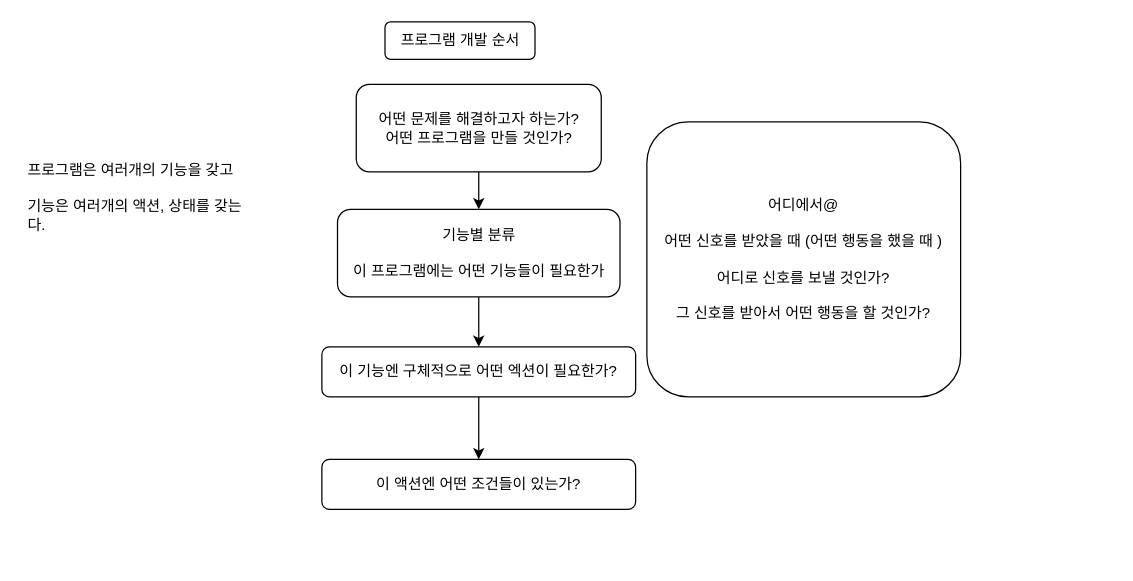
The draw.io diagram 다이어그램/@@@@프로그램 구현 순서.drawio in steelfs/JY, before the edit. Source tidied: cells renumbered, new cells numbered last; positions are measured from the earlier drawing's top-left corner, leaving out a move shared by most shapes. Both pictures are drawn from the tidied source at 125%, with x=0, y=0 at pixel (21, 21).
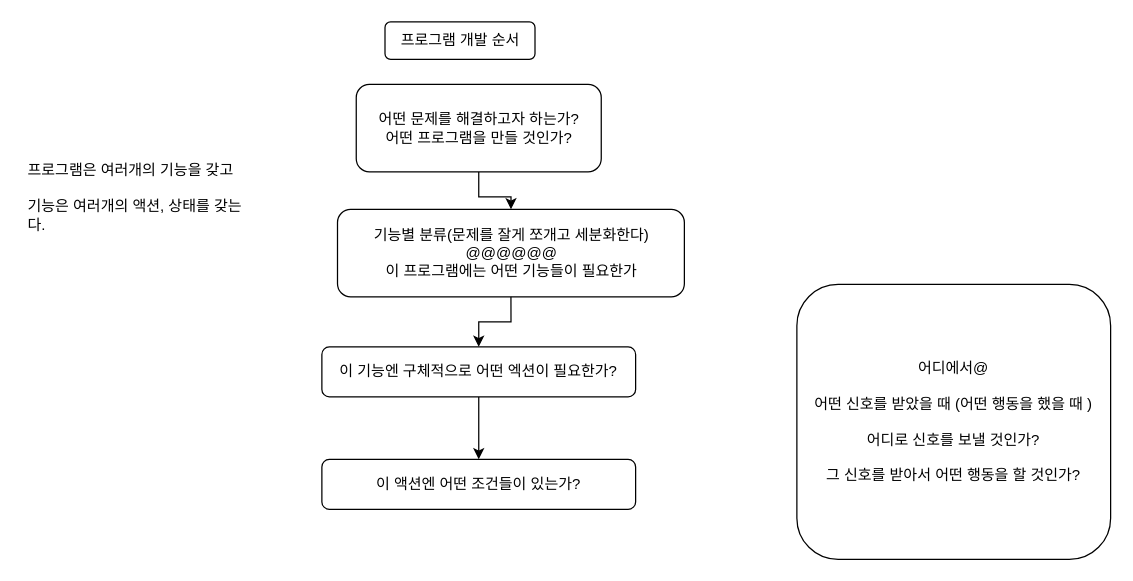
After the change.

Diff of the diagram source:
```diff
@@
 <mxGraphModel>
   <root>
     <mxCell id="0" />
     <mxCell id="1" parent="0" />
-    <mxCell id="2" value="기능별 분류&lt;br&gt;&lt;br&gt;이 프로그램에는 어떤 기능들이 필요한가" style="rounded=1;whiteSpace=wrap;html=1;" parent="1" vertex="1">
-      <mxGeometry x="252.5" y="150" width="226" height="70" as="geometry" />
+    <mxCell id="2" value="기능별 분류(문제를 잘게 쪼개고 세분화한다)&lt;br&gt;@@@@@@&lt;br&gt;이 프로그램에는 어떤 기능들이 필요한가" style="rounded=1;whiteSpace=wrap;html=1;" parent="1" vertex="1">
+      <mxGeometry x="252.5" y="150" width="277.5" height="70" as="geometry" />
     </mxCell>
     <mxCell id="3" value="프로그램 개발 순서" style="rounded=1;whiteSpace=wrap;html=1;" parent="1" vertex="1">
       <mxGeometry x="290.5" width="120" height="30" as="geometry" />
     </mxCell>
     <mxCell id="4" style="edgeStyle=orthogonalEdgeStyle;rounded=0;jettySize=auto;html=1;exitX=0.5;exitY=1;exitDx=0;exitDy=0;entryX=0.5;entryY=0;entryDx=0;entryDy=0;" parent="1" edge="1" source="2" target="6">
       <mxGeometry relative="1" as="geometry" />
     </mxCell>
     <mxCell id="5" style="edgeStyle=orthogonalEdgeStyle;rounded=0;jettySize=auto;html=1;exitX=0.5;exitY=1;exitDx=0;exitDy=0;" parent="1" edge="1" source="6" target="10">
       <mxGeometry relative="1" as="geometry" />
     </mxCell>
     <mxCell id="6" value="이 기능엔 구체적으로 어떤 엑션이 필요한가?" style="rounded=1;whiteSpace=wrap;html=1;" parent="1" vertex="1">
       <mxGeometry x="240" y="260" width="251" height="40" as="geometry" />
     </mxCell>
     <mxCell id="7" value="&lt;h1 style=&quot;font-size: 15px;&quot;&gt;&lt;br&gt;&lt;/h1&gt;&lt;div&gt;&lt;br&gt;&lt;/div&gt;&lt;div&gt;프로그램은 여러개의 기능을 갖고&lt;/div&gt;&lt;div&gt;&lt;br&gt;&lt;/div&gt;&lt;div&gt;기능은 여러개의 액션, 상태를 갖는다.&lt;/div&gt;" style="text;html=1;strokeColor=none;fillColor=none;spacing=5;spacingTop=-20;whiteSpace=wrap;overflow=hidden;rounded=0;" parent="1" vertex="1">
       <mxGeometry y="70" width="190" height="120" as="geometry" />
     </mxCell>
     <mxCell id="8" style="edgeStyle=orthogonalEdgeStyle;rounded=0;jettySize=auto;html=1;exitX=0.5;exitY=1;exitDx=0;exitDy=0;" parent="1" edge="1" source="9" target="2">
       <mxGeometry relative="1" as="geometry" />
     </mxCell>
     <mxCell id="9" value="어떤 문제를 해결하고자 하는가?&lt;br&gt;어떤 프로그램을 만들 것인가?" style="rounded=1;whiteSpace=wrap;html=1;" parent="1" vertex="1">
       <mxGeometry x="267.5" y="50" width="196" height="70" as="geometry" />
     </mxCell>
     <mxCell id="10" value="이 액션엔 어떤 조건들이 있는가?" style="rounded=1;whiteSpace=wrap;html=1;" parent="1" vertex="1">
       <mxGeometry x="240" y="350" width="251" height="40" as="geometry" />
     </mxCell>
     <mxCell id="11" value="어디에서@ &lt;br&gt;&lt;br&gt;어떤 신호를 받았을 때 (어떤 행동을 했을 때 )&lt;br&gt;&lt;br&gt;어디로 신호를 보낼 것인가?&lt;br&gt;&lt;br&gt;그 신호를 받아서 어떤 행동을 할 것인가?" style="rounded=1;whiteSpace=wrap;html=1;" parent="1" vertex="1">
-      <mxGeometry x="500" y="80" width="251" height="220" as="geometry" />
+      <mxGeometry x="620" y="210" width="251" height="220" as="geometry" />
     </mxCell>
   </root>
 </mxGraphModel>
```
